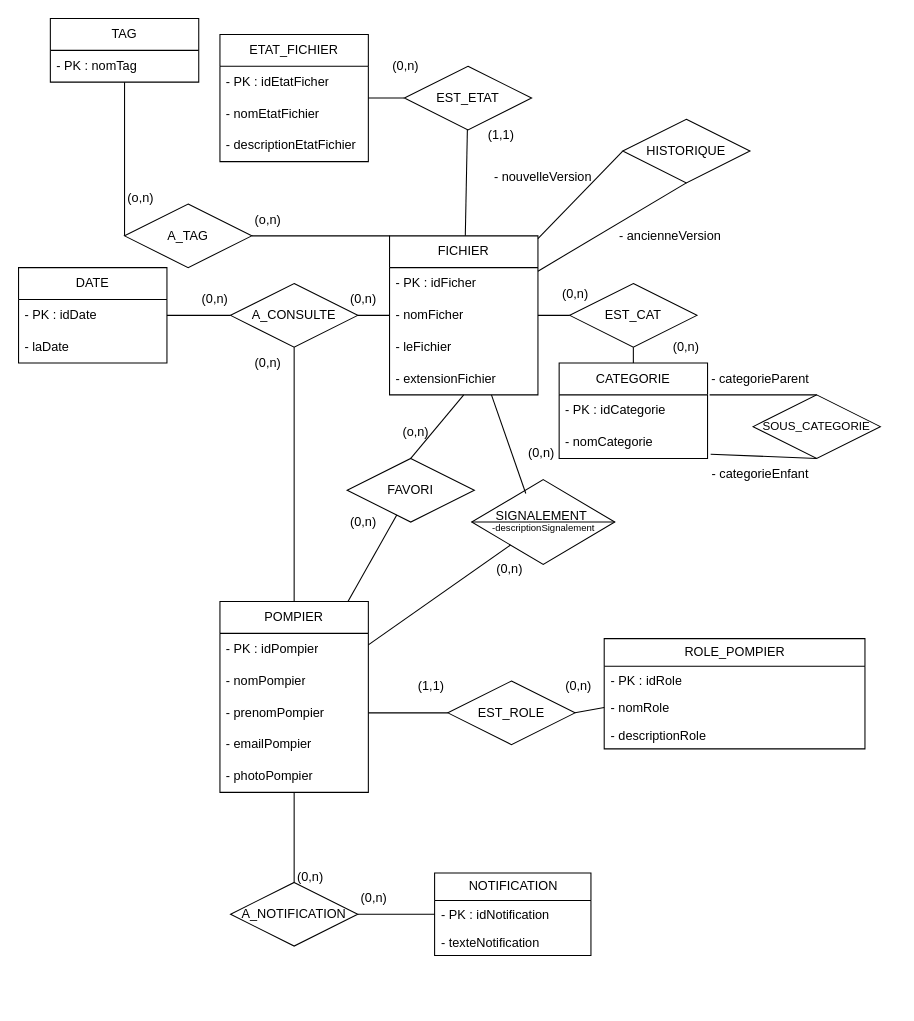
Before: page "MCD" (2 of 15) of docs/UML.drawio in Nathan-Etave/Hades, a draw.io diagram. Source tidied: cells renumbered, new cells numbered last; positions are measured from the earlier drawing's top-left corner, leaving out a move shared by most shapes. Both pictures are drawn from the tidied source at 106%, with x=0, y=0 at pixel (18, 18).
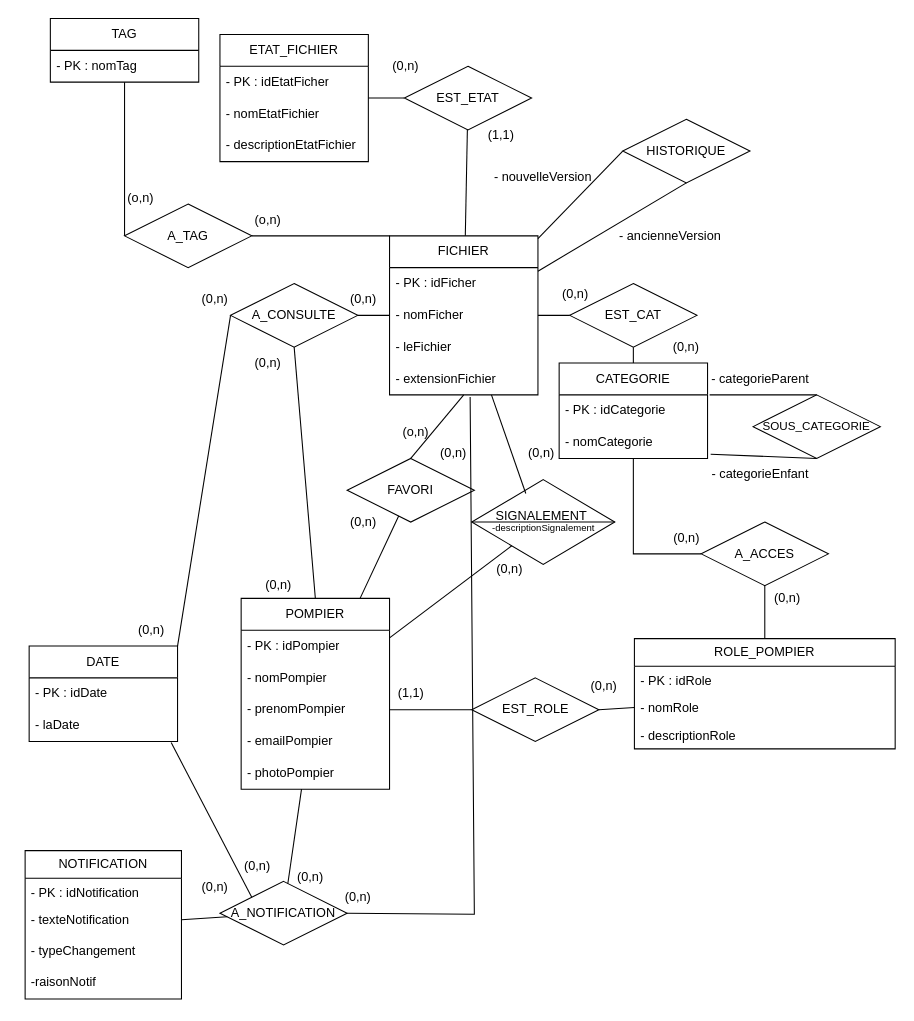
The same diagram, later.

Commit message (it also covers changes not shown here):
Fix: Correction du MLD et MCD, ajout de la table A_ACCES

Unchanged cells that the change refers to:
```xml
<mxCell id="12" value="CATEGORIE" style="swimlane;fontStyle=0;horizontal=1;startSize=30;whiteSpace=wrap;html=1;" parent="1" vertex="1">
  <mxGeometry x="510" y="325" width="140" height="90" as="geometry" />
</mxCell>
<mxCell id="16" value="- PK : idDate" style="text;strokeColor=none;fillColor=none;align=left;verticalAlign=middle;spacingLeft=4;spacingRight=4;overflow=hidden;points=[[0,0.5],[1,0.5]];portConstraint=eastwest;whiteSpace=wrap;html=1;" parent="15" vertex="1">
  <mxGeometry y="30" width="140" height="30" as="geometry" />
</mxCell>
<mxCell id="17" value="- laDate" style="text;strokeColor=none;fillColor=none;align=left;verticalAlign=middle;spacingLeft=4;spacingRight=4;overflow=hidden;points=[[0,0.5],[1,0.5]];portConstraint=eastwest;whiteSpace=wrap;html=1;" parent="15" vertex="1">
  <mxGeometry y="60" width="140" height="30" as="geometry" />
</mxCell>
<mxCell id="19" value="A_CONSULTE" style="shape=rhombus;perimeter=rhombusPerimeter;whiteSpace=wrap;html=1;align=center;" parent="1" vertex="1">
  <mxGeometry x="200" y="250" width="120" height="60" as="geometry" />
</mxCell>
<mxCell id="28" value="- extensionFichier" style="text;strokeColor=none;fillColor=none;align=left;verticalAlign=middle;spacingLeft=4;spacingRight=4;overflow=hidden;points=[[0,0.5],[1,0.5]];portConstraint=eastwest;whiteSpace=wrap;html=1;" parent="24" vertex="1">
  <mxGeometry y="120" width="140" height="30" as="geometry" />
</mxCell>
```

The edit, as a diff of the source:
```diff
@@
     <mxCell id="2" value="ROLE_POMPIER" style="swimlane;fontStyle=0;horizontal=1;startSize=26;fillColor=none;whiteSpace=wrap;html=1;" parent="1" vertex="1">
-      <mxGeometry x="552.5" y="585" width="246" height="104" as="geometry" />
+      <mxGeometry x="581" y="585" width="246" height="104" as="geometry" />
     </mxCell>
@@
     <mxCell id="6" value="POMPIER" style="swimlane;fontStyle=0;horizontal=1;startSize=30;whiteSpace=wrap;html=1;" parent="1" vertex="1">
-      <mxGeometry x="190" y="550" width="140" height="180" as="geometry" />
+      <mxGeometry x="210" y="547" width="140" height="180" as="geometry" />
     </mxCell>
@@
     <mxCell id="15" value="DATE" style="swimlane;fontStyle=0;horizontal=1;startSize=30;whiteSpace=wrap;html=1;" parent="1" vertex="1">
-      <mxGeometry y="235" width="140" height="90" as="geometry" />
+      <mxGeometry x="10" y="592" width="140" height="90" as="geometry" />
     </mxCell>
@@
     <mxCell id="20" value="EST_ROLE" style="shape=rhombus;perimeter=rhombusPerimeter;whiteSpace=wrap;html=1;align=center;" parent="1" vertex="1">
-      <mxGeometry x="405" y="625" width="120" height="60" as="geometry" />
+      <mxGeometry x="427.5" y="622" width="120" height="60" as="geometry" />
     </mxCell>
@@
     <mxCell id="31" value="(1,1)" style="text;html=1;align=center;verticalAlign=middle;strokeColor=none;fillColor=none;" parent="1" vertex="1">
-      <mxGeometry x="364" y="615" width="50" height="30" as="geometry" />
+      <mxGeometry x="345" y="622" width="50" height="30" as="geometry" />
     </mxCell>
@@
-    <mxCell id="35" style="endArrow=none;html=1;rounded=0;entryX=1;entryY=0.5;entryDx=0;entryDy=0;exitX=0;exitY=0.5;exitDx=0;exitDy=0;" parent="1" edge="1" source="19" target="16">
+    <mxCell id="35" style="endArrow=none;html=1;rounded=0;entryX=1;entryY=0;entryDx=0;entryDy=0;exitX=0;exitY=0.5;exitDx=0;exitDy=0;" parent="1" edge="1" source="19" target="15">
       <mxGeometry relative="1" as="geometry" />
     </mxCell>
@@
     <mxCell id="56" value="(0,n)" style="text;html=1;align=center;verticalAlign=middle;strokeColor=none;fillColor=none;" parent="1" vertex="1">
-      <mxGeometry x="502.5" y="615" width="50" height="30" as="geometry" />
+      <mxGeometry x="527" y="615" width="50" height="30" as="geometry" />
     </mxCell>
@@
     <mxCell id="79" value="NOTIFICATION" style="swimlane;fontStyle=0;horizontal=1;startSize=26;fillColor=none;whiteSpace=wrap;html=1;" parent="1" vertex="1">
-      <mxGeometry x="392.5" y="806" width="147.5" height="78" as="geometry" />
+      <mxGeometry x="6.2" y="785" width="147.5" height="140" as="geometry" />
     </mxCell>
@@
-    <mxCell id="81" value="- texteNotification" style="text;strokeColor=none;fillColor=none;align=left;verticalAlign=top;spacingLeft=4;spacingRight=4;overflow=hidden;whiteSpace=wrap;html=1;" parent="79" vertex="1">
-      <mxGeometry y="52" width="147.5" height="26" as="geometry" />
+    <mxCell id="81" value="&lt;div&gt;- texteNotification&lt;/div&gt;&lt;div&gt;&lt;br&gt;&lt;/div&gt;&lt;div&gt;- typeChangement&lt;/div&gt;&lt;div&gt;&lt;br&gt;&lt;/div&gt;&lt;div&gt;-raisonNotif&lt;br&gt;&lt;/div&gt;" style="text;strokeColor=none;fillColor=none;align=left;verticalAlign=top;spacingLeft=4;spacingRight=4;overflow=hidden;whiteSpace=wrap;html=1;" parent="79" vertex="1">
+      <mxGeometry y="52" width="147.5" height="88" as="geometry" />
     </mxCell>
     <mxCell id="82" value="A_NOTIFICATION" style="shape=rhombus;perimeter=rhombusPerimeter;whiteSpace=wrap;html=1;align=center;" parent="1" vertex="1">
-      <mxGeometry x="200" y="815" width="120" height="60" as="geometry" />
+      <mxGeometry x="190" y="814" width="120" height="60" as="geometry" />
     </mxCell>
@@
     <mxCell id="86" value="(0,n)" style="text;html=1;align=center;verticalAlign=middle;strokeColor=none;fillColor=none;" parent="1" vertex="1">
-      <mxGeometry x="310" y="815" width="50" height="30" as="geometry" />
+      <mxGeometry x="160" y="805" width="50" height="30" as="geometry" />
     </mxCell>
+    <mxCell id="87" style="endArrow=none;html=1;rounded=0;exitX=0.957;exitY=1.033;exitDx=0;exitDy=0;entryX=0;entryY=0;entryDx=0;entryDy=0;exitPerimeter=0;" parent="1" edge="1" source="17" target="82">
+      <mxGeometry relative="1" as="geometry" />
+    </mxCell>
+    <mxCell id="88" style="endArrow=none;html=1;rounded=0;exitX=1;exitY=0.5;exitDx=0;exitDy=0;entryX=0.543;entryY=1.067;entryDx=0;entryDy=0;entryPerimeter=0;" parent="1" edge="1" source="82" target="28">
+      <mxGeometry relative="1" as="geometry">
+        <Array as="points">
+          <mxPoint x="430" y="845" />
+        </Array>
+      </mxGeometry>
+    </mxCell>
+    <mxCell id="89" value="(0,n)" style="text;html=1;align=center;verticalAlign=middle;strokeColor=none;fillColor=none;" parent="1" vertex="1">
+      <mxGeometry x="100" y="562" width="50" height="30" as="geometry" />
+    </mxCell>
+    <mxCell id="90" value="(0,n)" style="text;html=1;align=center;verticalAlign=middle;strokeColor=none;fillColor=none;" parent="1" vertex="1">
+      <mxGeometry x="200" y="785" width="50" height="30" as="geometry" />
+    </mxCell>
+    <mxCell id="91" value="(0,n)" style="text;html=1;align=center;verticalAlign=middle;strokeColor=none;fillColor=none;" parent="1" vertex="1">
+      <mxGeometry x="295" y="814" width="50" height="30" as="geometry" />
+    </mxCell>
+    <mxCell id="92" value="(0,n)" style="text;html=1;align=center;verticalAlign=middle;strokeColor=none;fillColor=none;" parent="1" vertex="1">
+      <mxGeometry x="385" y="395" width="50" height="30" as="geometry" />
+    </mxCell>
+    <mxCell id="93" value="(0,n)" style="text;html=1;align=center;verticalAlign=middle;strokeColor=none;fillColor=none;" parent="1" vertex="1">
+      <mxGeometry x="220" y="520" width="50" height="30" as="geometry" />
+    </mxCell>
+    <mxCell id="94" value="A_ACCES" style="shape=rhombus;perimeter=rhombusPerimeter;whiteSpace=wrap;html=1;align=center;" parent="1" vertex="1">
+      <mxGeometry x="644" y="475" width="120" height="60" as="geometry" />
+    </mxCell>
+    <mxCell id="95" style="endArrow=none;html=1;rounded=0;entryX=0;entryY=0.5;entryDx=0;entryDy=0;" parent="1" edge="1" source="12" target="94">
+      <mxGeometry relative="1" as="geometry">
+        <Array as="points">
+          <mxPoint x="580" y="505" />
+        </Array>
+      </mxGeometry>
+    </mxCell>
+    <mxCell id="96" style="endArrow=none;html=1;rounded=0;" parent="1" edge="1" source="94" target="2">
+      <mxGeometry relative="1" as="geometry" />
+    </mxCell>
+    <mxCell id="97" value="(0,n)" style="text;html=1;align=center;verticalAlign=middle;strokeColor=none;fillColor=none;" parent="1" vertex="1">
+      <mxGeometry x="605" y="475" width="50" height="30" as="geometry" />
+    </mxCell>
+    <mxCell id="98" value="(0,n)" style="text;html=1;align=center;verticalAlign=middle;strokeColor=none;fillColor=none;" parent="1" vertex="1">
+      <mxGeometry x="700" y="532" width="50" height="30" as="geometry" />
+    </mxCell>
```
